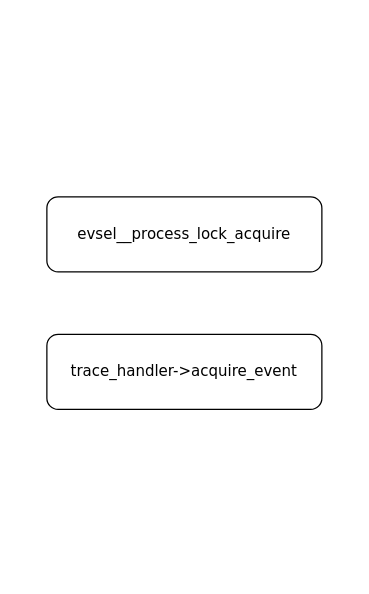
hubblezzhu/frr_learning keeps this draw.io diagram as perf_lock_contention.drawio. Above is the earlier version. Source tidied: cells renumbered, new cells numbered last; positions are measured from the earlier drawing's top-left corner, leaving out a move shared by most shapes. Both pictures are drawn from the tidied source at 125%, with x=0, y=0 at pixel (46, 196).
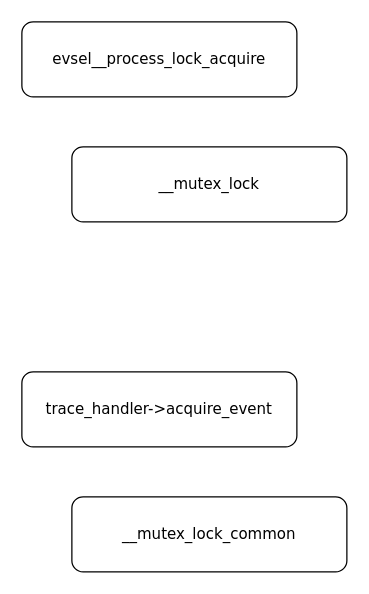
The same page after the edit.

The edit, as a diff of the source:
```diff
@@
 <mxGraphModel>
   <root>
     <mxCell id="0" />
     <mxCell id="1" parent="0" />
     <mxCell id="2" value="trace_handler-&amp;gt;acquire_event" style="rounded=1;whiteSpace=wrap;html=1;fontFamily=Verdana;" parent="1" vertex="1">
-      <mxGeometry y="110" width="220" height="60" as="geometry" />
+      <mxGeometry x="-20" y="140" width="220" height="60" as="geometry" />
     </mxCell>
     <mxCell id="3" value="evsel__process_lock_acquire" style="rounded=1;whiteSpace=wrap;html=1;fontFamily=Verdana;" parent="1" vertex="1">
-      <mxGeometry width="220" height="60" as="geometry" />
+      <mxGeometry x="-20" y="-140" width="220" height="60" as="geometry" />
     </mxCell>
+    <mxCell id="4" value="__mutex_lock_common" style="rounded=1;whiteSpace=wrap;html=1;fontFamily=Verdana;" parent="1" vertex="1">
+      <mxGeometry x="20" y="240" width="220" height="60" as="geometry" />
+    </mxCell>
+    <mxCell id="5" value="__mutex_lock" style="rounded=1;whiteSpace=wrap;html=1;fontFamily=Verdana;" parent="1" vertex="1">
+      <mxGeometry x="20" y="-40" width="220" height="60" as="geometry" />
+    </mxCell>
   </root>
 </mxGraphModel>
```
